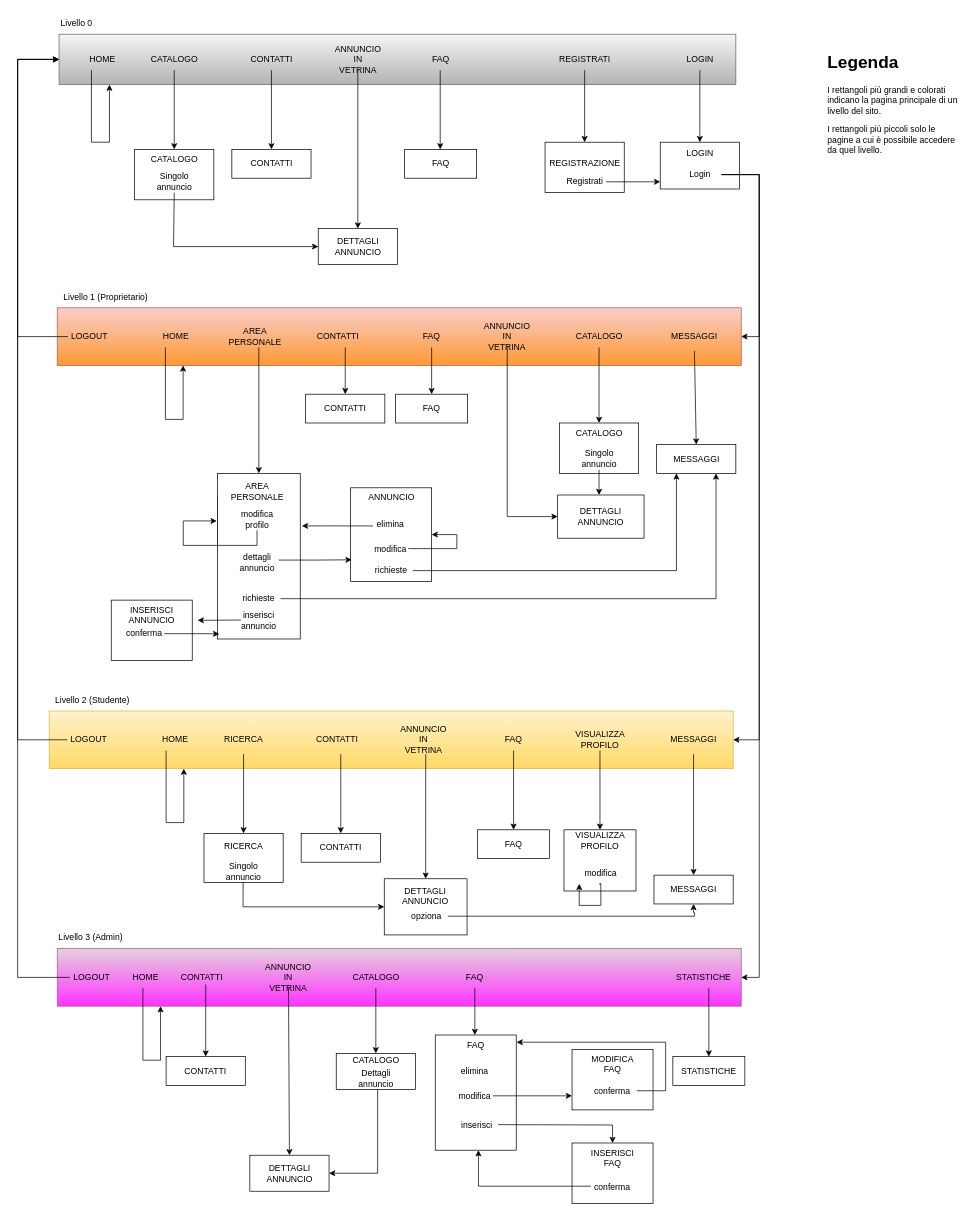
This is SchemaDeiLink.drawio from fd-col/RentAdvisor, a draw.io file, before an edit. Source tidied: cells renumbered, new cells numbered last; positions are measured from the earlier drawing's top-left corner, leaving out a move shared by most shapes. Both pictures are drawn from the tidied source at 72%, with x=0, y=0 at pixel (17, 12).
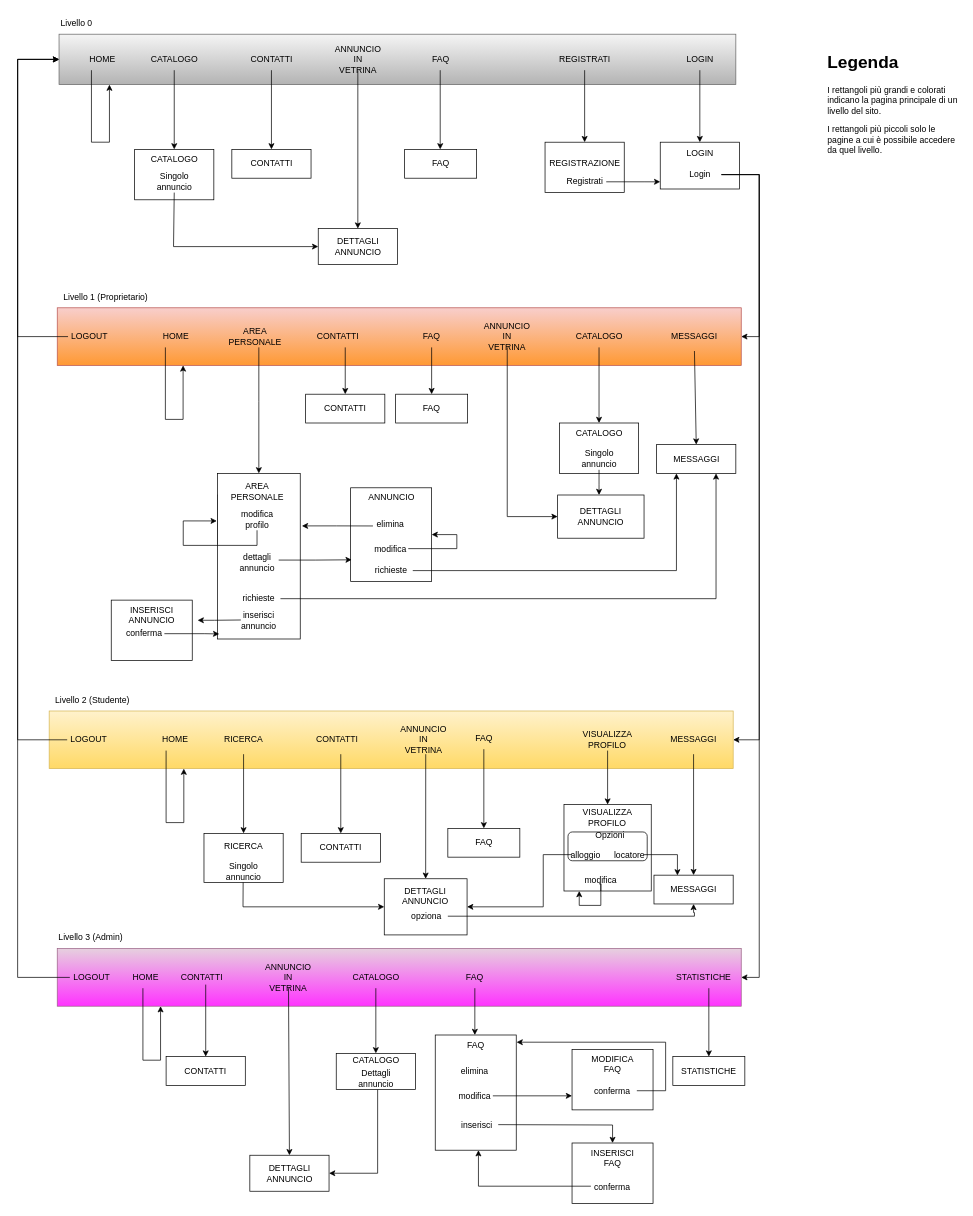
Above is the later version.

The change refers to these unchanged cells:
```xml
<mxCell id="42" value="&lt;div&gt;DETTAGLI &lt;br&gt;&lt;/div&gt;&lt;div&gt;ANNUNCIO&lt;br&gt;&lt;/div&gt;&lt;div&gt;&lt;br&gt;&lt;/div&gt;&lt;div&gt;&lt;br&gt;&lt;/div&gt;" style="rounded=0;whiteSpace=wrap;html=1;" parent="1" vertex="1">
  <mxGeometry x="509.2" y="1203" width="115" height="78" as="geometry" />
</mxCell>
<mxCell id="48" value="MESSAGGI" style="rounded=0;whiteSpace=wrap;html=1;" parent="1" vertex="1">
  <mxGeometry x="883.8" y="1198" width="110" height="40" as="geometry" />
</mxCell>
```

Diff of the diagram source:
```diff
@@
     <mxCell id="28" value="FAQ" style="text;html=1;strokeColor=none;fillColor=none;align=center;verticalAlign=middle;whiteSpace=wrap;rounded=0;" parent="1" vertex="1">
-      <mxGeometry x="658.8" y="995" width="60" height="30" as="geometry" />
+      <mxGeometry x="617.5" y="993" width="60" height="30" as="geometry" />
     </mxCell>
@@
     <mxCell id="32" value="VISUALIZZA PROFILO" style="text;html=1;strokeColor=none;fillColor=none;align=center;verticalAlign=middle;whiteSpace=wrap;rounded=0;" parent="1" vertex="1">
-      <mxGeometry x="778.8" y="995" width="60" height="30" as="geometry" />
+      <mxGeometry x="789.4" y="995" width="60" height="30" as="geometry" />
     </mxCell>
@@
     <mxCell id="44" style="endArrow=classic;html=1;rounded=0;exitX=0.5;exitY=1;exitDx=0;exitDy=0;entryX=0.5;entryY=0;entryDx=0;entryDy=0;" parent="1" edge="1" target="45">
       <mxGeometry relative="1" as="geometry">
-        <mxPoint x="688.8" y="1025" as="sourcePoint" />
+        <mxPoint x="647.5" y="1023" as="sourcePoint" />
       </mxGeometry>
     </mxCell>
     <mxCell id="45" value="FAQ" style="rounded=0;whiteSpace=wrap;html=1;" parent="1" vertex="1">
-      <mxGeometry x="638.8" y="1135" width="100" height="40" as="geometry" />
+      <mxGeometry x="597.5" y="1133" width="100" height="40" as="geometry" />
     </mxCell>
@@
     <mxCell id="64" style="rounded=0;whiteSpace=wrap;html=1;" parent="1" vertex="1">
-      <mxGeometry x="758.8" y="1135" width="100" height="85" as="geometry" />
+      <mxGeometry x="758.8" y="1100" width="121.2" height="120" as="geometry" />
     </mxCell>
     <mxCell id="65" value="VISUALIZZA PROFILO" style="text;html=1;strokeColor=none;fillColor=none;align=center;verticalAlign=middle;whiteSpace=wrap;rounded=0;" parent="1" vertex="1">
-      <mxGeometry x="778.8" y="1135" width="60" height="30" as="geometry" />
+      <mxGeometry x="789.4" y="1103" width="60" height="30" as="geometry" />
     </mxCell>
@@
     <mxCell id="147" value="modifica" style="text;html=1;strokeColor=none;fillColor=none;align=center;verticalAlign=middle;whiteSpace=wrap;rounded=0;" parent="1" vertex="1">
-      <mxGeometry x="780" y="1180" width="60" height="30" as="geometry" />
+      <mxGeometry x="780" y="1190" width="60" height="30" as="geometry" />
     </mxCell>
@@
+    <mxCell id="149" style="rounded=1;whiteSpace=wrap;html=1;" parent="1" vertex="1">
+      <mxGeometry x="764.4" y="1138" width="110" height="40" as="geometry" />
+    </mxCell>
+    <mxCell id="150" value="Opzioni" style="text;html=1;strokeColor=none;fillColor=none;align=center;verticalAlign=middle;whiteSpace=wrap;rounded=0;" parent="1" vertex="1">
+      <mxGeometry x="802.5" y="1133" width="40" height="20" as="geometry" />
+    </mxCell>
+    <mxCell id="151" style="edgeStyle=orthogonalEdgeStyle;rounded=0;jettySize=auto;html=1;entryX=1;entryY=0.5;entryDx=0;entryDy=0;" parent="1" edge="1" source="152" target="42">
+      <mxGeometry relative="1" as="geometry">
+        <Array as="points">
+          <mxPoint x="730" y="1170" />
+          <mxPoint x="730" y="1242" />
+        </Array>
+      </mxGeometry>
+    </mxCell>
+    <mxCell id="152" value="alloggio" style="text;html=1;strokeColor=none;fillColor=none;align=center;verticalAlign=middle;whiteSpace=wrap;rounded=0;" parent="1" vertex="1">
+      <mxGeometry x="770" y="1161" width="37.5" height="17" as="geometry" />
+    </mxCell>
+    <mxCell id="153" style="edgeStyle=orthogonalEdgeStyle;rounded=0;jettySize=auto;html=1;entryX=0.296;entryY=0.009;entryDx=0;entryDy=0;entryPerimeter=0;" parent="1" edge="1" source="154" target="48">
+      <mxGeometry relative="1" as="geometry" />
+    </mxCell>
+    <mxCell id="154" value="locatore" style="text;html=1;strokeColor=none;fillColor=none;align=center;verticalAlign=middle;whiteSpace=wrap;rounded=0;" parent="1" vertex="1">
+      <mxGeometry x="830" y="1164.5" width="40" height="10" as="geometry" />
+    </mxCell>
```
